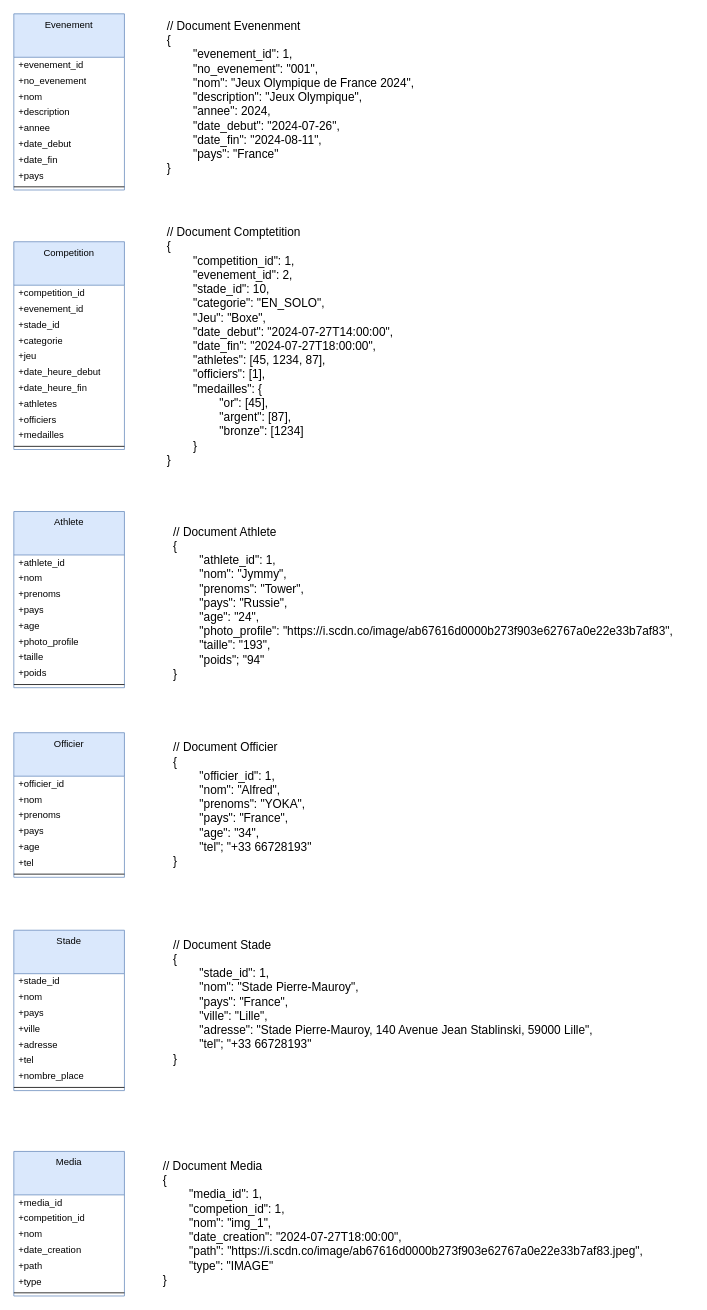
This is page "Page-1" (1 of 2) of nosql.drawio from Kaji17/Diagramme-UML, a draw.io file, before an edit. Source tidied: cells renumbered, new cells numbered last; positions are measured from the earlier drawing's top-left corner, leaving out a move shared by most shapes. Both pictures are drawn from the tidied source at 79%, with x=0, y=0 at pixel (13, 13).
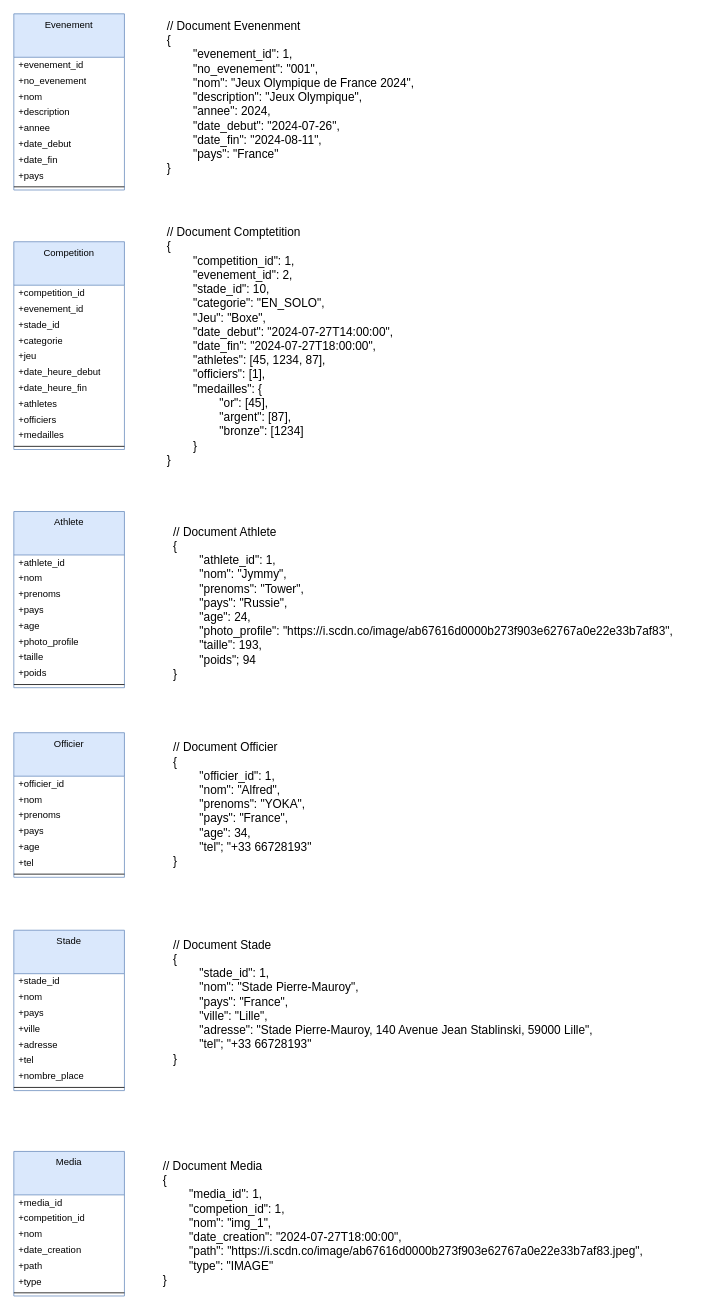
Above is the later version.

Commit message:
Mettre à jour nosql.drawio

The edit, as a diff of the source:
```diff
@@
-    <mxCell id="61" value="&lt;div style=&quot;font-size: 15px;&quot;&gt;&lt;span style=&quot;background-color: initial;&quot;&gt;&lt;font style=&quot;font-size: 15px;&quot;&gt;// Document Athlete&lt;/font&gt;&lt;/span&gt;&lt;/div&gt;&lt;div style=&quot;font-size: 15px;&quot;&gt;&lt;span style=&quot;background-color: initial;&quot;&gt;&lt;font style=&quot;font-size: 15px;&quot;&gt;{&lt;/font&gt;&lt;/span&gt;&lt;/div&gt;&lt;div style=&quot;font-size: 15px;&quot;&gt;&lt;span style=&quot;background-color: initial;&quot; class=&quot;hljs-attr&quot;&gt;&lt;span style=&quot;white-space-collapse: preserve;&quot;&gt;&#9;&lt;/span&gt;&quot;athlete_id&quot;&lt;/span&gt;&lt;span style=&quot;background-color: initial;&quot; class=&quot;hljs-punctuation&quot;&gt;:&lt;/span&gt;&lt;span style=&quot;background-color: initial;&quot;&gt;&amp;nbsp;1&lt;/span&gt;&lt;span style=&quot;background-color: initial;&quot; class=&quot;hljs-punctuation&quot;&gt;,&lt;/span&gt;&lt;/div&gt;&lt;span style=&quot;font-size: 15px;&quot; class=&quot;hljs-attr&quot;&gt;&lt;/span&gt;&lt;div style=&quot;font-size: 15px;&quot;&gt;&lt;span style=&quot;background-color: initial; white-space-collapse: preserve;&quot;&gt;&#9;&lt;/span&gt;&lt;span style=&quot;background-color: initial;&quot;&gt;&quot;nom&quot;: &quot;Jymmy&quot;,&lt;/span&gt;&lt;/div&gt;&lt;div style=&quot;font-size: 15px;&quot;&gt;&lt;font style=&quot;font-size: 15px;&quot;&gt;&lt;span style=&quot;background-color: initial;&quot; class=&quot;hljs-punctuation&quot;&gt;&lt;span style=&quot;white-space: pre;&quot;&gt;&#9;&lt;/span&gt;&quot;prenoms&quot;: &quot;Tower&quot;,&lt;br&gt;&lt;/span&gt;&lt;/font&gt;&lt;/div&gt;    &lt;span style=&quot;font-size: 15px;&quot; class=&quot;hljs-attr&quot;&gt;&lt;div style=&quot;&quot;&gt;&lt;font style=&quot;font-size: 15px;&quot;&gt;&lt;span style=&quot;background-color: initial;&quot; class=&quot;hljs-attr&quot;&gt;&lt;span style=&quot;white-space: pre;&quot;&gt;&#9;&lt;/span&gt;&quot;pays&quot;&lt;/span&gt;&lt;span style=&quot;background-color: initial;&quot; class=&quot;hljs-punctuation&quot;&gt;:&lt;/span&gt;&lt;span style=&quot;background-color: initial;&quot;&gt; &lt;/span&gt;&lt;span style=&quot;background-color: initial;&quot; class=&quot;hljs-number&quot;&gt;&quot;Russie&quot;&lt;/span&gt;&lt;span style=&quot;background-color: initial;&quot; class=&quot;hljs-punctuation&quot;&gt;,&lt;/span&gt;&lt;/font&gt;&lt;/div&gt;&lt;/span&gt;&lt;div style=&quot;font-size: 15px;&quot;&gt;&lt;font style=&quot;font-size: 15px;&quot;&gt;&lt;span style=&quot;background-color: initial;&quot; class=&quot;hljs-attr&quot;&gt;&lt;span style=&quot;white-space: pre;&quot;&gt;&#9;&lt;/span&gt;&quot;age&quot;&lt;/span&gt;&lt;span style=&quot;background-color: initial;&quot; class=&quot;hljs-punctuation&quot;&gt;:&lt;/span&gt;&lt;span style=&quot;background-color: initial;&quot;&gt; &lt;/span&gt;&lt;span style=&quot;background-color: initial;&quot; class=&quot;hljs-string&quot;&gt;&quot;24&quot;&lt;/span&gt;&lt;span style=&quot;background-color: initial;&quot; class=&quot;hljs-punctuation&quot;&gt;,&lt;/span&gt;&lt;/font&gt;&lt;/div&gt;    &lt;span style=&quot;font-size: 15px;&quot; class=&quot;hljs-attr&quot;&gt;&lt;div style=&quot;&quot;&gt;&lt;font style=&quot;font-size: 15px;&quot;&gt;&lt;span style=&quot;background-color: initial;&quot; class=&quot;hljs-attr&quot;&gt;&lt;span style=&quot;white-space: pre;&quot;&gt;&#9;&lt;/span&gt;&quot;photo_profile&quot;&lt;/span&gt;&lt;span style=&quot;background-color: initial;&quot; class=&quot;hljs-punctuation&quot;&gt;:&lt;/span&gt;&lt;span style=&quot;background-color: initial;&quot;&gt; &lt;/span&gt;&lt;span style=&quot;background-color: initial;&quot; class=&quot;hljs-string&quot;&gt;&quot;https://i.scdn.co/image/ab67616d0000b273f903e62767a0e22e33b7af83&quot;&lt;/span&gt;&lt;span style=&quot;background-color: initial;&quot; class=&quot;hljs-punctuation&quot;&gt;,&lt;/span&gt;&lt;/font&gt;&lt;/div&gt;&lt;/span&gt;&lt;div style=&quot;font-size: 15px;&quot;&gt;&lt;font style=&quot;font-size: 15px;&quot;&gt;&lt;span style=&quot;background-color: initial;&quot; class=&quot;hljs-attr&quot;&gt;&lt;span style=&quot;white-space: pre;&quot;&gt;&#9;&lt;/span&gt;&quot;taille&quot;&lt;/span&gt;&lt;span style=&quot;background-color: initial;&quot; class=&quot;hljs-punctuation&quot;&gt;:&lt;/span&gt;&lt;span style=&quot;background-color: initial;&quot;&gt; &lt;/span&gt;&lt;span style=&quot;background-color: initial;&quot; class=&quot;hljs-string&quot;&gt;&quot;193&quot;,&lt;/span&gt;&lt;/font&gt;&lt;/div&gt;&lt;div style=&quot;font-size: 15px;&quot;&gt;&lt;font style=&quot;font-size: 15px;&quot;&gt;&lt;span style=&quot;background-color: initial;&quot; class=&quot;hljs-string&quot;&gt;&lt;span style=&quot;white-space: pre;&quot;&gt;&#9;&lt;/span&gt;&quot;poids&quot;; &quot;94&quot;&lt;br&gt;&lt;/span&gt;&lt;/font&gt;&lt;/div&gt;  &lt;span style=&quot;font-size: 15px;&quot; class=&quot;hljs-punctuation&quot;&gt;&lt;div style=&quot;&quot;&gt;&lt;span style=&quot;background-color: initial;&quot;&gt;&lt;font style=&quot;font-size: 15px;&quot;&gt;}&lt;/font&gt;&lt;/span&gt;&lt;/div&gt;&lt;/span&gt;" style="text;html=1;align=left;verticalAlign=middle;strokeColor=none;fillColor=none;" parent="1" vertex="1">
-      <mxGeometry x="200" y="640" width="660" height="210" as="geometry" />
+    <mxCell id="61" value="&lt;div style=&quot;font-size: 15px;&quot;&gt;&lt;span style=&quot;background-color: initial;&quot;&gt;&lt;font style=&quot;font-size: 15px;&quot;&gt;// Document Athlete&lt;/font&gt;&lt;/span&gt;&lt;/div&gt;&lt;div style=&quot;font-size: 15px;&quot;&gt;&lt;span style=&quot;background-color: initial;&quot;&gt;&lt;font style=&quot;font-size: 15px;&quot;&gt;{&lt;/font&gt;&lt;/span&gt;&lt;/div&gt;&lt;div style=&quot;font-size: 15px;&quot;&gt;&lt;span style=&quot;background-color: initial;&quot; class=&quot;hljs-attr&quot;&gt;&lt;span style=&quot;white-space-collapse: preserve;&quot;&gt;&#9;&lt;/span&gt;&quot;athlete_id&quot;&lt;/span&gt;&lt;span style=&quot;background-color: initial;&quot; class=&quot;hljs-punctuation&quot;&gt;:&lt;/span&gt;&lt;span style=&quot;background-color: initial;&quot;&gt;&amp;nbsp;1&lt;/span&gt;&lt;span style=&quot;background-color: initial;&quot; class=&quot;hljs-punctuation&quot;&gt;,&lt;/span&gt;&lt;/div&gt;&lt;span style=&quot;font-size: 15px;&quot; class=&quot;hljs-attr&quot;&gt;&lt;/span&gt;&lt;div style=&quot;font-size: 15px;&quot;&gt;&lt;span style=&quot;background-color: initial; white-space-collapse: preserve;&quot;&gt;&#9;&lt;/span&gt;&lt;span style=&quot;background-color: initial;&quot;&gt;&quot;nom&quot;: &quot;Jymmy&quot;,&lt;/span&gt;&lt;/div&gt;&lt;div style=&quot;font-size: 15px;&quot;&gt;&lt;font style=&quot;font-size: 15px;&quot;&gt;&lt;span style=&quot;background-color: initial;&quot; class=&quot;hljs-punctuation&quot;&gt;&lt;span style=&quot;white-space: pre;&quot;&gt;&#9;&lt;/span&gt;&quot;prenoms&quot;: &quot;Tower&quot;,&lt;br&gt;&lt;/span&gt;&lt;/font&gt;&lt;/div&gt;    &lt;span style=&quot;font-size: 15px;&quot; class=&quot;hljs-attr&quot;&gt;&lt;div style=&quot;&quot;&gt;&lt;font style=&quot;font-size: 15px;&quot;&gt;&lt;span style=&quot;background-color: initial;&quot; class=&quot;hljs-attr&quot;&gt;&lt;span style=&quot;white-space: pre;&quot;&gt;&#9;&lt;/span&gt;&quot;pays&quot;&lt;/span&gt;&lt;span style=&quot;background-color: initial;&quot; class=&quot;hljs-punctuation&quot;&gt;:&lt;/span&gt;&lt;span style=&quot;background-color: initial;&quot;&gt; &lt;/span&gt;&lt;span style=&quot;background-color: initial;&quot; class=&quot;hljs-number&quot;&gt;&quot;Russie&quot;&lt;/span&gt;&lt;span style=&quot;background-color: initial;&quot; class=&quot;hljs-punctuation&quot;&gt;,&lt;/span&gt;&lt;/font&gt;&lt;/div&gt;&lt;/span&gt;&lt;div style=&quot;font-size: 15px;&quot;&gt;&lt;font style=&quot;font-size: 15px;&quot;&gt;&lt;span style=&quot;background-color: initial;&quot; class=&quot;hljs-attr&quot;&gt;&lt;span style=&quot;white-space: pre;&quot;&gt;&#9;&lt;/span&gt;&quot;age&quot;&lt;/span&gt;&lt;span style=&quot;background-color: initial;&quot; class=&quot;hljs-punctuation&quot;&gt;:&lt;/span&gt;&lt;span style=&quot;background-color: initial;&quot;&gt; &lt;/span&gt;&lt;span style=&quot;background-color: initial;&quot; class=&quot;hljs-string&quot;&gt;24&lt;/span&gt;&lt;span style=&quot;background-color: initial;&quot; class=&quot;hljs-punctuation&quot;&gt;,&lt;/span&gt;&lt;/font&gt;&lt;/div&gt;    &lt;span style=&quot;font-size: 15px;&quot; class=&quot;hljs-attr&quot;&gt;&lt;div style=&quot;&quot;&gt;&lt;font style=&quot;font-size: 15px;&quot;&gt;&lt;span style=&quot;background-color: initial;&quot; class=&quot;hljs-attr&quot;&gt;&lt;span style=&quot;white-space: pre;&quot;&gt;&#9;&lt;/span&gt;&quot;photo_profile&quot;&lt;/span&gt;&lt;span style=&quot;background-color: initial;&quot; class=&quot;hljs-punctuation&quot;&gt;:&lt;/span&gt;&lt;span style=&quot;background-color: initial;&quot;&gt; &lt;/span&gt;&lt;span style=&quot;background-color: initial;&quot; class=&quot;hljs-string&quot;&gt;&quot;https://i.scdn.co/image/ab67616d0000b273f903e62767a0e22e33b7af83&quot;&lt;/span&gt;&lt;span style=&quot;background-color: initial;&quot; class=&quot;hljs-punctuation&quot;&gt;,&lt;/span&gt;&lt;/font&gt;&lt;/div&gt;&lt;/span&gt;&lt;div style=&quot;font-size: 15px;&quot;&gt;&lt;font style=&quot;font-size: 15px;&quot;&gt;&lt;span style=&quot;background-color: initial;&quot; class=&quot;hljs-attr&quot;&gt;&lt;span style=&quot;white-space: pre;&quot;&gt;&#9;&lt;/span&gt;&quot;taille&quot;&lt;/span&gt;&lt;span style=&quot;background-color: initial;&quot; class=&quot;hljs-punctuation&quot;&gt;:&lt;/span&gt;&lt;span style=&quot;background-color: initial;&quot;&gt; &lt;/span&gt;&lt;span style=&quot;background-color: initial;&quot; class=&quot;hljs-string&quot;&gt;193,&lt;/span&gt;&lt;/font&gt;&lt;/div&gt;&lt;div style=&quot;font-size: 15px;&quot;&gt;&lt;font style=&quot;font-size: 15px;&quot;&gt;&lt;span style=&quot;background-color: initial;&quot; class=&quot;hljs-string&quot;&gt;&lt;span style=&quot;white-space: pre;&quot;&gt;&#9;&lt;/span&gt;&quot;poids&quot;; 94&lt;br&gt;&lt;/span&gt;&lt;/font&gt;&lt;/div&gt;  &lt;span style=&quot;font-size: 15px;&quot; class=&quot;hljs-punctuation&quot;&gt;&lt;div style=&quot;&quot;&gt;&lt;span style=&quot;background-color: initial;&quot;&gt;&lt;font style=&quot;font-size: 15px;&quot;&gt;}&lt;/font&gt;&lt;/span&gt;&lt;/div&gt;&lt;/span&gt;" style="text;html=1;align=left;verticalAlign=middle;strokeColor=none;fillColor=none;" parent="1" vertex="1">
+      <mxGeometry x="200" y="640" width="651" height="210" as="geometry" />
     </mxCell>
-    <mxCell id="62" value="&lt;div style=&quot;font-size: 15px;&quot;&gt;&lt;span style=&quot;background-color: initial;&quot;&gt;&lt;font style=&quot;font-size: 15px;&quot;&gt;// Document Officier&lt;/font&gt;&lt;/span&gt;&lt;/div&gt;&lt;div style=&quot;font-size: 15px;&quot;&gt;&lt;span style=&quot;background-color: initial;&quot;&gt;&lt;font style=&quot;font-size: 15px;&quot;&gt;{&lt;/font&gt;&lt;/span&gt;&lt;/div&gt;&lt;div style=&quot;font-size: 15px;&quot;&gt;&lt;span style=&quot;background-color: initial;&quot; class=&quot;hljs-attr&quot;&gt;&lt;span style=&quot;white-space-collapse: preserve;&quot;&gt;&#9;&lt;/span&gt;&quot;officier_id&quot;&lt;/span&gt;&lt;span style=&quot;background-color: initial;&quot; class=&quot;hljs-punctuation&quot;&gt;:&lt;/span&gt;&lt;span style=&quot;background-color: initial;&quot;&gt;&amp;nbsp;1&lt;/span&gt;&lt;span style=&quot;background-color: initial;&quot; class=&quot;hljs-punctuation&quot;&gt;,&lt;/span&gt;&lt;/div&gt;&lt;span style=&quot;font-size: 15px;&quot; class=&quot;hljs-attr&quot;&gt;&lt;/span&gt;&lt;div style=&quot;font-size: 15px;&quot;&gt;&lt;span style=&quot;background-color: initial; white-space-collapse: preserve;&quot;&gt;&#9;&lt;/span&gt;&lt;span style=&quot;background-color: initial;&quot;&gt;&quot;nom&quot;: &quot;Alfred&quot;,&lt;/span&gt;&lt;/div&gt;&lt;div style=&quot;font-size: 15px;&quot;&gt;&lt;font style=&quot;font-size: 15px;&quot;&gt;&lt;span style=&quot;background-color: initial;&quot; class=&quot;hljs-punctuation&quot;&gt;&lt;span style=&quot;white-space: pre;&quot;&gt;&#9;&lt;/span&gt;&quot;prenoms&quot;: &quot;YOKA&quot;,&lt;br&gt;&lt;/span&gt;&lt;/font&gt;&lt;/div&gt;    &lt;span style=&quot;font-size: 15px;&quot; class=&quot;hljs-attr&quot;&gt;&lt;div style=&quot;&quot;&gt;&lt;font style=&quot;font-size: 15px;&quot;&gt;&lt;span style=&quot;background-color: initial;&quot; class=&quot;hljs-attr&quot;&gt;&lt;span style=&quot;white-space: pre;&quot;&gt;&#9;&lt;/span&gt;&quot;pays&quot;&lt;/span&gt;&lt;span style=&quot;background-color: initial;&quot; class=&quot;hljs-punctuation&quot;&gt;:&lt;/span&gt;&lt;span style=&quot;background-color: initial;&quot;&gt; &lt;/span&gt;&lt;span style=&quot;background-color: initial;&quot; class=&quot;hljs-number&quot;&gt;&quot;France&quot;&lt;/span&gt;&lt;span style=&quot;background-color: initial;&quot; class=&quot;hljs-punctuation&quot;&gt;,&lt;/span&gt;&lt;/font&gt;&lt;/div&gt;&lt;/span&gt;&lt;div style=&quot;font-size: 15px;&quot;&gt;&lt;font style=&quot;font-size: 15px;&quot;&gt;&lt;span style=&quot;background-color: initial;&quot; class=&quot;hljs-attr&quot;&gt;&lt;span style=&quot;white-space: pre;&quot;&gt;&#9;&lt;/span&gt;&quot;age&quot;&lt;/span&gt;&lt;span style=&quot;background-color: initial;&quot; class=&quot;hljs-punctuation&quot;&gt;:&lt;/span&gt;&lt;span style=&quot;background-color: initial;&quot;&gt; &lt;/span&gt;&lt;span style=&quot;background-color: initial;&quot; class=&quot;hljs-string&quot;&gt;&quot;34&quot;&lt;/span&gt;&lt;span style=&quot;background-color: initial;&quot; class=&quot;hljs-punctuation&quot;&gt;,&lt;/span&gt;&lt;/font&gt;&lt;/div&gt;    &lt;span style=&quot;font-size: 15px;&quot; class=&quot;hljs-attr&quot;&gt;&lt;div style=&quot;&quot;&gt;&lt;span style=&quot;background-color: initial; white-space-collapse: preserve;&quot;&gt;&#9;&lt;/span&gt;&lt;span style=&quot;background-color: initial;&quot;&gt;&quot;tel&quot;; &quot;+33 66728193&quot;&lt;/span&gt;&lt;/div&gt;&lt;/span&gt;  &lt;span style=&quot;font-size: 15px;&quot; class=&quot;hljs-punctuation&quot;&gt;&lt;div style=&quot;&quot;&gt;&lt;span style=&quot;background-color: initial;&quot;&gt;&lt;font style=&quot;font-size: 15px;&quot;&gt;}&lt;/font&gt;&lt;/span&gt;&lt;/div&gt;&lt;/span&gt;" style="text;html=1;align=left;verticalAlign=middle;strokeColor=none;fillColor=none;" parent="1" vertex="1">
-      <mxGeometry x="200" y="910" width="200" height="180" as="geometry" />
+    <mxCell id="62" value="&lt;div style=&quot;font-size: 15px;&quot;&gt;&lt;span style=&quot;background-color: initial;&quot;&gt;&lt;font style=&quot;font-size: 15px;&quot;&gt;// Document Officier&lt;/font&gt;&lt;/span&gt;&lt;/div&gt;&lt;div style=&quot;font-size: 15px;&quot;&gt;&lt;span style=&quot;background-color: initial;&quot;&gt;&lt;font style=&quot;font-size: 15px;&quot;&gt;{&lt;/font&gt;&lt;/span&gt;&lt;/div&gt;&lt;div style=&quot;font-size: 15px;&quot;&gt;&lt;span style=&quot;background-color: initial;&quot; class=&quot;hljs-attr&quot;&gt;&lt;span style=&quot;white-space-collapse: preserve;&quot;&gt;&#9;&lt;/span&gt;&quot;officier_id&quot;&lt;/span&gt;&lt;span style=&quot;background-color: initial;&quot; class=&quot;hljs-punctuation&quot;&gt;:&lt;/span&gt;&lt;span style=&quot;background-color: initial;&quot;&gt;&amp;nbsp;1&lt;/span&gt;&lt;span style=&quot;background-color: initial;&quot; class=&quot;hljs-punctuation&quot;&gt;,&lt;/span&gt;&lt;/div&gt;&lt;span style=&quot;font-size: 15px;&quot; class=&quot;hljs-attr&quot;&gt;&lt;/span&gt;&lt;div style=&quot;font-size: 15px;&quot;&gt;&lt;span style=&quot;background-color: initial; white-space-collapse: preserve;&quot;&gt;&#9;&lt;/span&gt;&lt;span style=&quot;background-color: initial;&quot;&gt;&quot;nom&quot;: &quot;Alfred&quot;,&lt;/span&gt;&lt;/div&gt;&lt;div style=&quot;font-size: 15px;&quot;&gt;&lt;font style=&quot;font-size: 15px;&quot;&gt;&lt;span style=&quot;background-color: initial;&quot; class=&quot;hljs-punctuation&quot;&gt;&lt;span style=&quot;white-space: pre;&quot;&gt;&#9;&lt;/span&gt;&quot;prenoms&quot;: &quot;YOKA&quot;,&lt;br&gt;&lt;/span&gt;&lt;/font&gt;&lt;/div&gt;    &lt;span style=&quot;font-size: 15px;&quot; class=&quot;hljs-attr&quot;&gt;&lt;div style=&quot;&quot;&gt;&lt;font style=&quot;font-size: 15px;&quot;&gt;&lt;span style=&quot;background-color: initial;&quot; class=&quot;hljs-attr&quot;&gt;&lt;span style=&quot;white-space: pre;&quot;&gt;&#9;&lt;/span&gt;&quot;pays&quot;&lt;/span&gt;&lt;span style=&quot;background-color: initial;&quot; class=&quot;hljs-punctuation&quot;&gt;:&lt;/span&gt;&lt;span style=&quot;background-color: initial;&quot;&gt; &lt;/span&gt;&lt;span style=&quot;background-color: initial;&quot; class=&quot;hljs-number&quot;&gt;&quot;France&quot;&lt;/span&gt;&lt;span style=&quot;background-color: initial;&quot; class=&quot;hljs-punctuation&quot;&gt;,&lt;/span&gt;&lt;/font&gt;&lt;/div&gt;&lt;/span&gt;&lt;div style=&quot;font-size: 15px;&quot;&gt;&lt;font style=&quot;font-size: 15px;&quot;&gt;&lt;span style=&quot;background-color: initial;&quot; class=&quot;hljs-attr&quot;&gt;&lt;span style=&quot;white-space: pre;&quot;&gt;&#9;&lt;/span&gt;&quot;age&quot;&lt;/span&gt;&lt;span style=&quot;background-color: initial;&quot; class=&quot;hljs-punctuation&quot;&gt;:&lt;/span&gt;&lt;span style=&quot;background-color: initial;&quot;&gt;&amp;nbsp;3&lt;/span&gt;&lt;span style=&quot;background-color: initial;&quot; class=&quot;hljs-string&quot;&gt;4&lt;/span&gt;&lt;span style=&quot;background-color: initial;&quot; class=&quot;hljs-punctuation&quot;&gt;,&lt;/span&gt;&lt;/font&gt;&lt;/div&gt;    &lt;span style=&quot;font-size: 15px;&quot; class=&quot;hljs-attr&quot;&gt;&lt;div style=&quot;&quot;&gt;&lt;span style=&quot;background-color: initial; white-space-collapse: preserve;&quot;&gt;&#9;&lt;/span&gt;&lt;span style=&quot;background-color: initial;&quot;&gt;&quot;tel&quot;; &quot;+33 66728193&quot;&lt;/span&gt;&lt;/div&gt;&lt;/span&gt;  &lt;span style=&quot;font-size: 15px;&quot; class=&quot;hljs-punctuation&quot;&gt;&lt;div style=&quot;&quot;&gt;&lt;span style=&quot;background-color: initial;&quot;&gt;&lt;font style=&quot;font-size: 15px;&quot;&gt;}&lt;/font&gt;&lt;/span&gt;&lt;/div&gt;&lt;/span&gt;" style="text;html=1;align=left;verticalAlign=middle;strokeColor=none;fillColor=none;" parent="1" vertex="1">
+      <mxGeometry x="200" y="913" width="193" height="174" as="geometry" />
     </mxCell>
```
